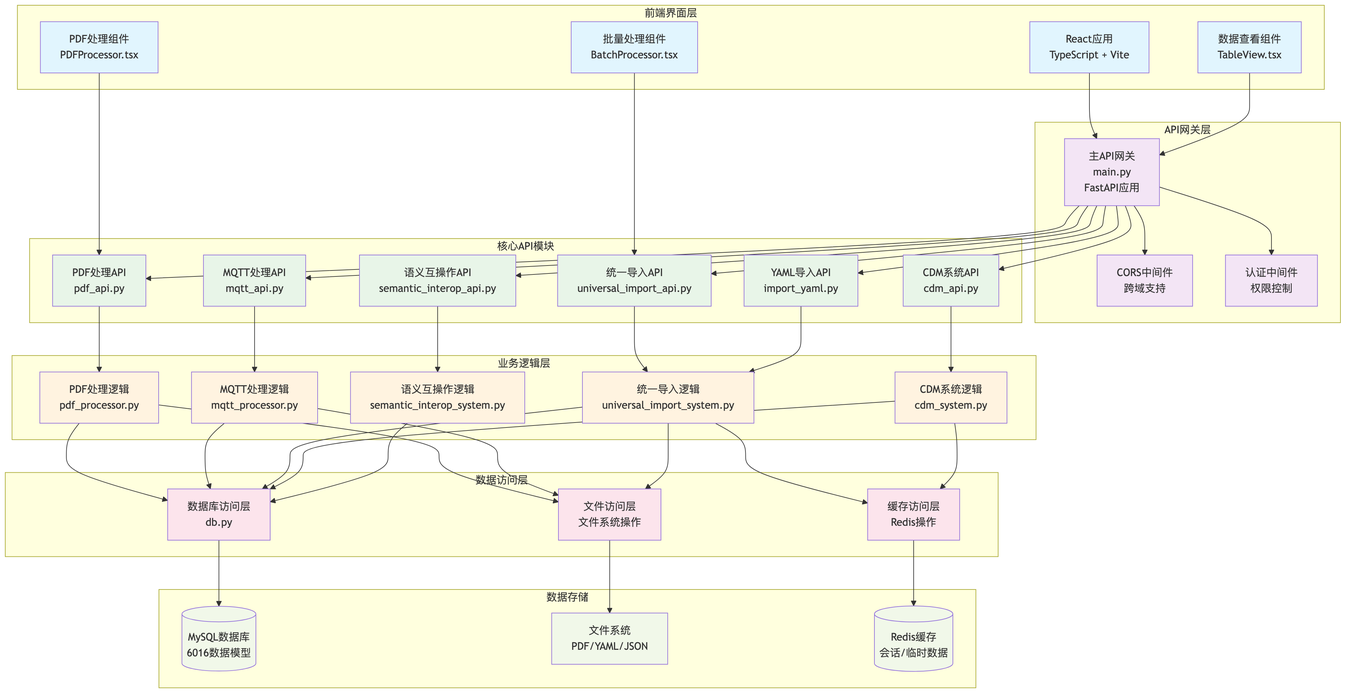
Earlier version of the Mermaid export mmd/api_structure.png (mistvapour/6016b). Its source is kept beside it as mmd/api_structure.mmd. Its diagram source:
```mermaid
graph TB

    subgraph "前端界面层"
        REACT_APP[React应用<br/>TypeScript + Vite]
        PDF_COMP[PDF处理组件<br/>PDFProcessor.tsx]
        BATCH_COMP[批量处理组件<br/>BatchProcessor.tsx]
        VIEW_COMP[数据查看组件<br/>TableView.tsx]
    end

    subgraph "API网关层"
        MAIN_GATEWAY[主API网关<br/>main.py<br/>FastAPI应用]
        CORS[CORS中间件<br/>跨域支持]
        AUTH[认证中间件<br/>权限控制]
    end

    subgraph "核心API模块"
        PDF_API_MOD[PDF处理API<br/>pdf_api.py]
        MQTT_API_MOD[MQTT处理API<br/>mqtt_api.py]
        UNIVERSAL_API_MOD[统一导入API<br/>universal_import_api.py]
        YAML_API_MOD[YAML导入API<br/>import_yaml.py]
        CDM_API_MOD[CDM系统API<br/>cdm_api.py]
        SEMANTIC_API_MOD[语义互操作API<br/>semantic_interop_api.py]
    end

    subgraph "业务逻辑层"
        PDF_LOGIC[PDF处理逻辑<br/>pdf_processor.py]
        MQTT_LOGIC[MQTT处理逻辑<br/>mqtt_processor.py]
        UNIVERSAL_LOGIC[统一导入逻辑<br/>universal_import_system.py]
        CDM_LOGIC[CDM系统逻辑<br/>cdm_system.py]
        SEMANTIC_LOGIC[语义互操作逻辑<br/>semantic_interop_system.py]
    end

    subgraph "数据访问层"
        DB_LAYER[数据库访问层<br/>db.py]
        FILE_LAYER[文件访问层<br/>文件系统操作]
        CACHE_LAYER[缓存访问层<br/>Redis操作]
    end

    subgraph "数据存储"
        MYSQL[(MySQL数据库<br/>6016数据模型)]
        FILES[文件系统<br/>PDF/YAML/JSON]
        REDIS[(Redis缓存<br/>会话/临时数据)]
    end

    REACT_APP --> MAIN_GATEWAY
    PDF_COMP --> PDF_API_MOD
    BATCH_COMP --> UNIVERSAL_API_MOD
    VIEW_COMP --> MAIN_GATEWAY

    MAIN_GATEWAY --> CORS
    MAIN_GATEWAY --> AUTH
    MAIN_GATEWAY --> PDF_API_MOD
    MAIN_GATEWAY --> MQTT_API_MOD
    MAIN_GATEWAY --> UNIVERSAL_API_MOD
    MAIN_GATEWAY --> YAML_API_MOD
    MAIN_GATEWAY --> CDM_API_MOD
    MAIN_GATEWAY --> SEMANTIC_API_MOD

    PDF_API_MOD --> PDF_LOGIC
    MQTT_API_MOD --> MQTT_LOGIC
    UNIVERSAL_API_MOD --> UNIVERSAL_LOGIC
    YAML_API_MOD --> UNIVERSAL_LOGIC
    CDM_API_MOD --> CDM_LOGIC
    SEMANTIC_API_MOD --> SEMANTIC_LOGIC

    PDF_LOGIC --> DB_LAYER
    MQTT_LOGIC --> DB_LAYER
    UNIVERSAL_LOGIC --> DB_LAYER
    CDM_LOGIC --> DB_LAYER
    SEMANTIC_LOGIC --> DB_LAYER

    PDF_LOGIC --> FILE_LAYER
    MQTT_LOGIC --> FILE_LAYER
    UNIVERSAL_LOGIC --> FILE_LAYER

    UNIVERSAL_LOGIC --> CACHE_LAYER
    CDM_LOGIC --> CACHE_LAYER

    DB_LAYER --> MYSQL
    FILE_LAYER --> FILES
    CACHE_LAYER --> REDIS

    classDef frontend fill:#e1f5fe
    classDef gateway fill:#f3e5f5
    classDef api fill:#e8f5e8
    classDef logic fill:#fff3e0
    classDef data fill:#fce4ec
    classDef storage fill:#f1f8e9

    class REACT_APP,PDF_COMP,BATCH_COMP,VIEW_COMP frontend
    class MAIN_GATEWAY,CORS,AUTH gateway
    class PDF_API_MOD,MQTT_API_MOD,UNIVERSAL_API_MOD,YAML_API_MOD,CDM_API_MOD,SEMANTIC_API_MOD api
    class PDF_LOGIC,MQTT_LOGIC,UNIVERSAL_LOGIC,CDM_LOGIC,SEMANTIC_LOGIC logic
    class DB_LAYER,FILE_LAYER,CACHE_LAYER data
    class MYSQL,FILES,REDIS storage
```
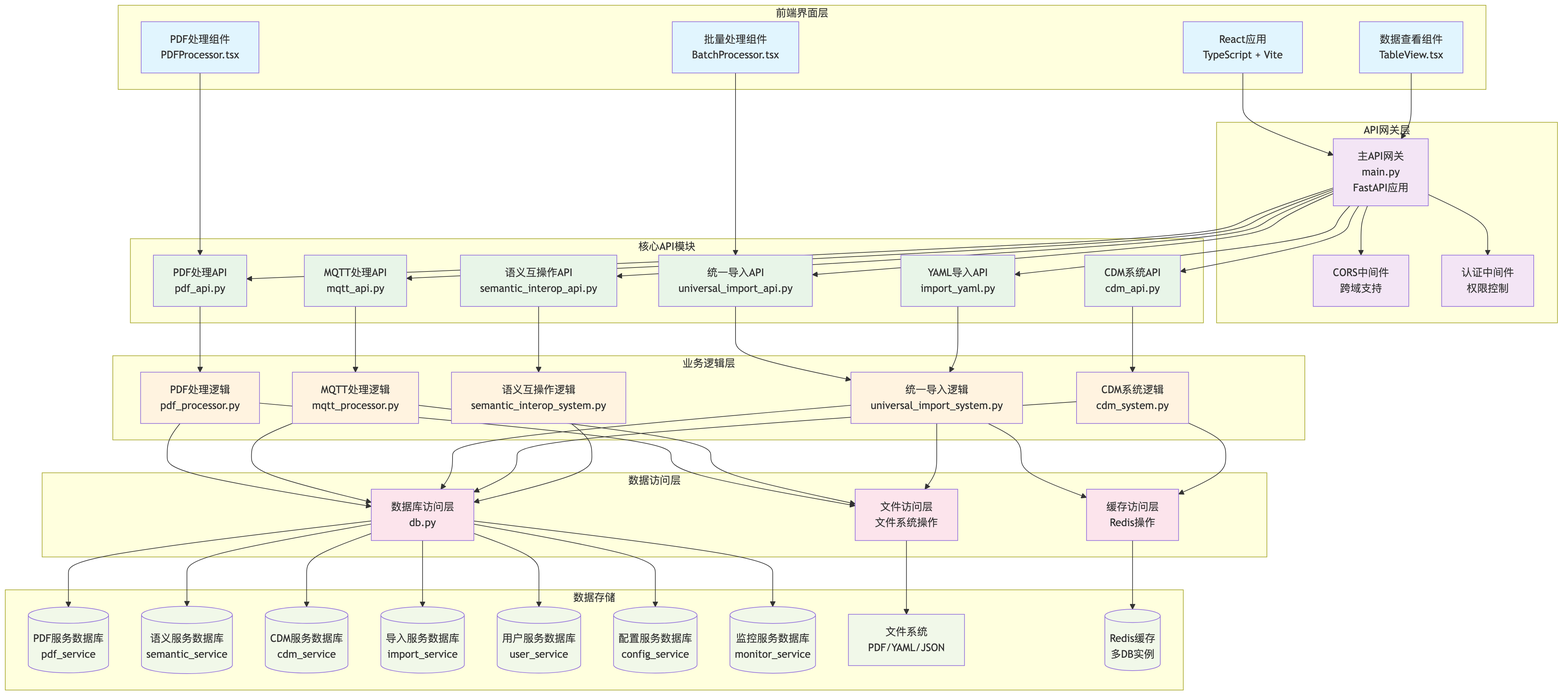
After the change.

The edit, as a diff of the source:
```diff
@@ -37,9 +37,15 @@
     end
 
     subgraph "数据存储"
-        MYSQL[(MySQL数据库<br/>6016数据模型)]
+        PDF_DB[(PDF服务数据库<br/>pdf_service)]
+        SEMANTIC_DB[(语义服务数据库<br/>semantic_service)]
+        CDM_DB[(CDM服务数据库<br/>cdm_service)]
+        IMPORT_DB[(导入服务数据库<br/>import_service)]
+        USER_DB[(用户服务数据库<br/>user_service)]
+        CONFIG_DB[(配置服务数据库<br/>config_service)]
+        MONITOR_DB[(监控服务数据库<br/>monitor_service)]
         FILES[文件系统<br/>PDF/YAML/JSON]
-        REDIS[(Redis缓存<br/>会话/临时数据)]
+        REDIS[(Redis缓存<br/>多DB实例)]
     end
 
     REACT_APP --> MAIN_GATEWAY
@@ -76,7 +82,13 @@
     UNIVERSAL_LOGIC --> CACHE_LAYER
     CDM_LOGIC --> CACHE_LAYER
 
-    DB_LAYER --> MYSQL
+    DB_LAYER --> PDF_DB
+    DB_LAYER --> SEMANTIC_DB
+    DB_LAYER --> CDM_DB
+    DB_LAYER --> IMPORT_DB
+    DB_LAYER --> USER_DB
+    DB_LAYER --> CONFIG_DB
+    DB_LAYER --> MONITOR_DB
     FILE_LAYER --> FILES
     CACHE_LAYER --> REDIS
 
@@ -92,4 +104,4 @@
     class PDF_API_MOD,MQTT_API_MOD,UNIVERSAL_API_MOD,YAML_API_MOD,CDM_API_MOD,SEMANTIC_API_MOD api
     class PDF_LOGIC,MQTT_LOGIC,UNIVERSAL_LOGIC,CDM_LOGIC,SEMANTIC_LOGIC logic
     class DB_LAYER,FILE_LAYER,CACHE_LAYER data
-    class MYSQL,FILES,REDIS storage
+    class PDF_DB,SEMANTIC_DB,CDM_DB,IMPORT_DB,USER_DB,CONFIG_DB,MONITOR_DB,FILES,REDIS storage
```
